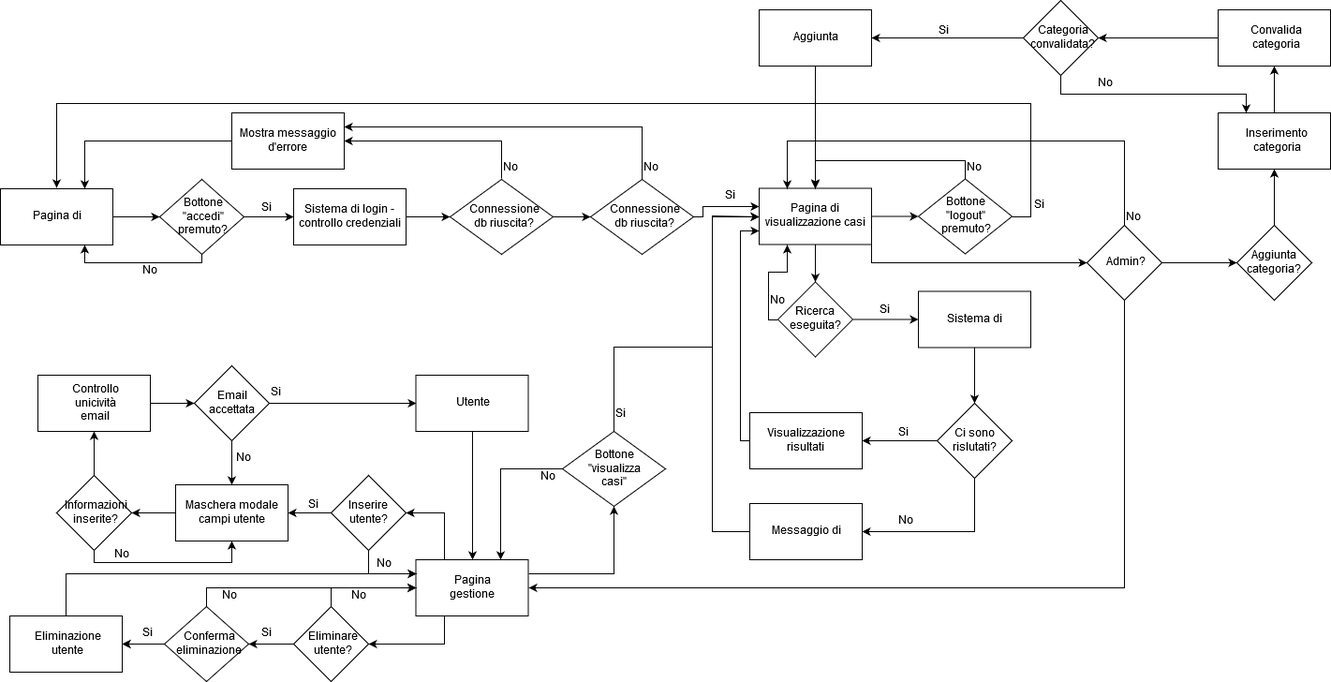
The draw.io diagram Doc/img/diagrams/struttura.png in bryanbeffa/Knowledge-Base, before a commit. Source tidied: cells renumbered, new cells last; positions are measured from the earlier drawing's top-left corner, leaving out a move shared by most shapes.
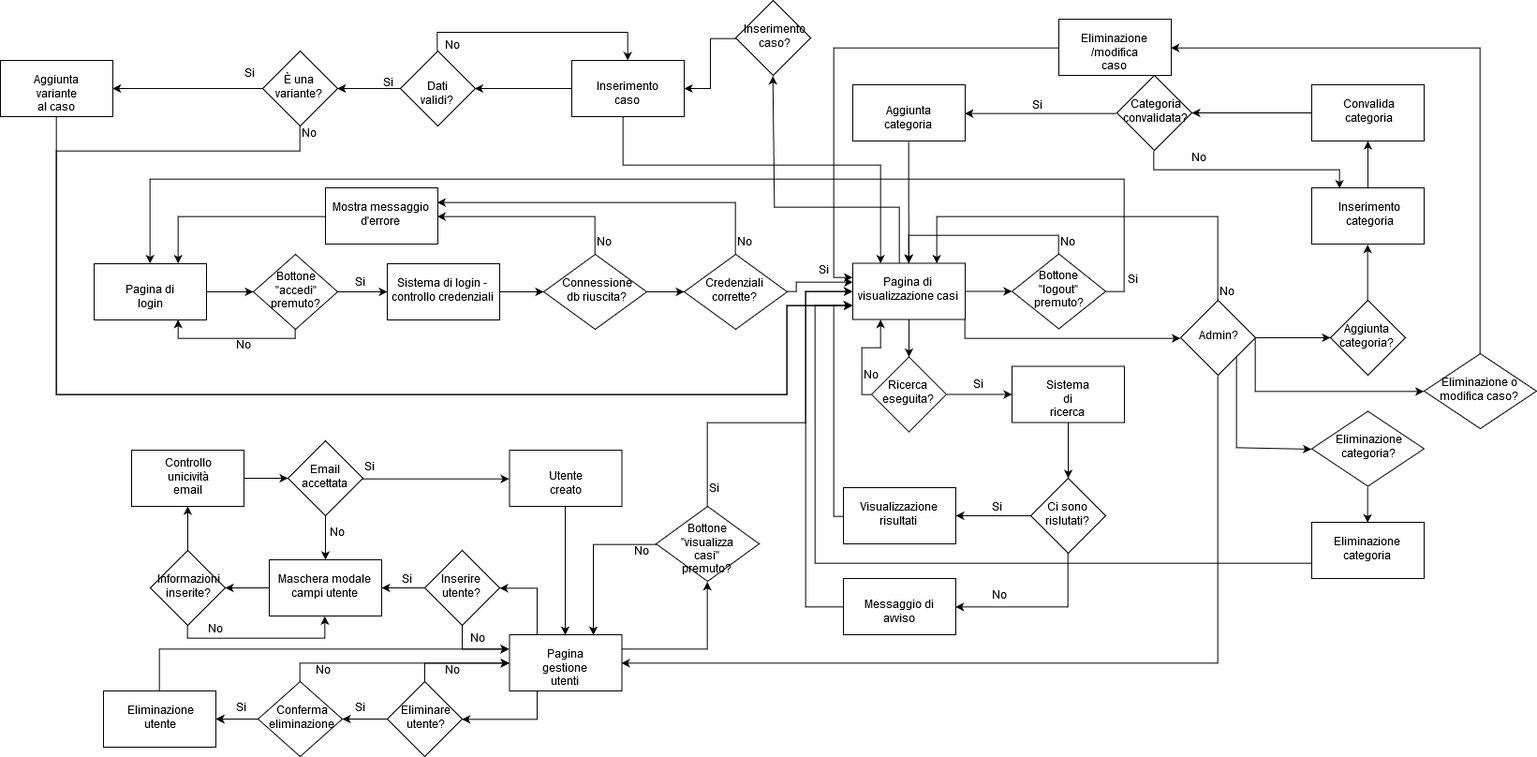
After the change.

Commit message:
updated procedural diagram

Change to the diagram source:
```diff
@@ -38,6 +38,14 @@
         </Array>
       </mxGeometry>
     </mxCell>
+    <mxCell id="107" style="edgeStyle=orthogonalEdgeStyle;rounded=0;jettySize=auto;html=1;entryX=0.5;entryY=1;entryDx=0;entryDy=0;" parent="1" edge="1" source="11" target="119">
+      <mxGeometry relative="1" as="geometry">
+        <Array as="points">
+          <mxPoint x="860" y="140" />
+          <mxPoint x="726" y="140" />
+        </Array>
+      </mxGeometry>
+    </mxCell>
     <mxCell id="11" value="Pagina di visualizzazione casi" style="rounded=0;whiteSpace=wrap;html=1;" parent="1" vertex="1">
       <mxGeometry x="810" y="200.5" width="120" height="60" as="geometry" />
     </mxCell>
@@ -84,7 +92,7 @@
     <mxCell id="21" style="edgeStyle=orthogonalEdgeStyle;rounded=0;jettySize=auto;html=1;" parent="1" edge="1" source="22" target="40">
       <mxGeometry relative="1" as="geometry" />
     </mxCell>
-    <mxCell id="22" value="Sistema di ricerca" style="rounded=0;whiteSpace=wrap;html=1;" parent="1" vertex="1">
+    <mxCell id="22" value="&lt;div&gt;Sistema di &lt;br&gt;&lt;/div&gt;&lt;div&gt;ricerca&lt;br&gt;&lt;/div&gt;" style="rounded=0;whiteSpace=wrap;html=1;" parent="1" vertex="1">
       <mxGeometry x="980" y="310.5" width="120" height="60" as="geometry" />
     </mxCell>
     <mxCell id="23" value="No" style="text;html=1;align=left;verticalAlign=top;spacingTop=-4;" parent="1" vertex="1">
@@ -140,7 +148,7 @@
         </Array>
       </mxGeometry>
     </mxCell>
-    <mxCell id="36" value="&lt;div&gt;Connessione&lt;/div&gt;&lt;div&gt;db riuscita?&lt;br&gt;&lt;/div&gt;" style="rhombus;whiteSpace=wrap;html=1;" parent="1" vertex="1">
+    <mxCell id="36" value="Credenziali corrette?" style="rhombus;whiteSpace=wrap;html=1;" parent="1" vertex="1">
       <mxGeometry x="630" y="191" width="110" height="80" as="geometry" />
     </mxCell>
     <mxCell id="37" value="No" style="text;html=1;align=left;verticalAlign=top;spacingTop=-4;" parent="1" vertex="1">
@@ -187,20 +195,34 @@
     <mxCell id="46" value="Messaggio di avviso" style="rounded=0;whiteSpace=wrap;html=1;" parent="1" vertex="1">
       <mxGeometry x="800" y="537" width="120" height="60" as="geometry" />
     </mxCell>
-    <mxCell id="47" style="edgeStyle=orthogonalEdgeStyle;rounded=0;jettySize=auto;html=1;exitX=0.5;exitY=0;exitDx=0;exitDy=0;entryX=0.25;entryY=0;entryDx=0;entryDy=0;" parent="1" edge="1" source="50" target="11">
-      <mxGeometry relative="1" as="geometry">
-        <Array as="points">
-          <mxPoint x="1200" y="150" />
-          <mxPoint x="840" y="150" />
-        </Array>
-      </mxGeometry>
-    </mxCell>
     <mxCell id="48" style="edgeStyle=orthogonalEdgeStyle;rounded=0;jettySize=auto;html=1;exitX=0.5;exitY=1;exitDx=0;exitDy=0;entryX=1;entryY=0.5;entryDx=0;entryDy=0;" parent="1" edge="1" source="50" target="57">
       <mxGeometry relative="1" as="geometry" />
     </mxCell>
     <mxCell id="49" style="edgeStyle=orthogonalEdgeStyle;rounded=0;jettySize=auto;html=1;" parent="1" edge="1" source="50" target="52">
       <mxGeometry relative="1" as="geometry" />
     </mxCell>
+    <mxCell id="108" style="edgeStyle=orthogonalEdgeStyle;rounded=0;jettySize=auto;html=1;exitX=1;exitY=1;exitDx=0;exitDy=0;entryX=0;entryY=0.5;entryDx=0;entryDy=0;" parent="1" edge="1" source="50" target="113">
+      <mxGeometry relative="1" as="geometry">
+        <Array as="points">
+          <mxPoint x="1220" y="398" />
+        </Array>
+      </mxGeometry>
+    </mxCell>
+    <mxCell id="109" style="edgeStyle=orthogonalEdgeStyle;rounded=0;jettySize=auto;html=1;exitX=1;exitY=0.5;exitDx=0;exitDy=0;entryX=0;entryY=0.5;entryDx=0;entryDy=0;" parent="1" edge="1" source="50" target="115">
+      <mxGeometry relative="1" as="geometry">
+        <Array as="points">
+          <mxPoint x="1240" y="337" />
+        </Array>
+      </mxGeometry>
+    </mxCell>
+    <mxCell id="47" style="edgeStyle=orthogonalEdgeStyle;rounded=0;jettySize=auto;html=1;entryX=0.75;entryY=0;entryDx=0;entryDy=0;" parent="1" edge="1" source="50" target="11">
+      <mxGeometry relative="1" as="geometry">
+        <Array as="points">
+          <mxPoint x="1200" y="150" />
+          <mxPoint x="900" y="150" />
+        </Array>
+      </mxGeometry>
+    </mxCell>
     <mxCell id="50" value="Admin?" style="rhombus;whiteSpace=wrap;html=1;" parent="1" vertex="1">
       <mxGeometry x="1160" y="240" width="80" height="80" as="geometry" />
     </mxCell>
@@ -393,5 +415,104 @@
     <mxCell id="106" value="No" style="text;html=1;align=left;verticalAlign=top;spacingTop=-4;" parent="1" vertex="1">
       <mxGeometry x="1170" y="80" width="30" height="20" as="geometry" />
     </mxCell>
+    <mxCell id="110" style="edgeStyle=orthogonalEdgeStyle;rounded=0;jettySize=auto;html=1;entryX=0;entryY=0.75;entryDx=0;entryDy=0;" parent="1" edge="1" source="111" target="11">
+      <mxGeometry relative="1" as="geometry">
+        <Array as="points">
+          <mxPoint x="770" y="520" />
+          <mxPoint x="770" y="245" />
+        </Array>
+      </mxGeometry>
+    </mxCell>
+    <mxCell id="111" value="Eliminazione categoria" style="rounded=0;whiteSpace=wrap;html=1;" parent="1" vertex="1">
+      <mxGeometry x="1300" y="477" width="120" height="60" as="geometry" />
+    </mxCell>
+    <mxCell id="112" style="edgeStyle=orthogonalEdgeStyle;rounded=0;jettySize=auto;html=1;exitX=0.5;exitY=1;exitDx=0;exitDy=0;entryX=0.5;entryY=0;entryDx=0;entryDy=0;" parent="1" edge="1" source="113" target="111">
+      <mxGeometry relative="1" as="geometry" />
+    </mxCell>
+    <mxCell id="113" value="&lt;div&gt;Eliminazione &lt;br&gt;&lt;/div&gt;&lt;div&gt;categoria?&lt;br&gt;&lt;/div&gt;" style="rhombus;whiteSpace=wrap;html=1;" parent="1" vertex="1">
+      <mxGeometry x="1300" y="358.5" width="120" height="80" as="geometry" />
+    </mxCell>
+    <mxCell id="114" style="edgeStyle=orthogonalEdgeStyle;rounded=0;jettySize=auto;html=1;exitX=0.5;exitY=0;exitDx=0;exitDy=0;entryX=1;entryY=0.5;entryDx=0;entryDy=0;" parent="1" edge="1" source="115" target="117">
+      <mxGeometry relative="1" as="geometry" />
+    </mxCell>
+    <mxCell id="115" value="Eliminazione o modifica caso?" style="rhombus;whiteSpace=wrap;html=1;" parent="1" vertex="1">
+      <mxGeometry x="1420" y="297" width="120" height="80" as="geometry" />
+    </mxCell>
+    <mxCell id="116" style="edgeStyle=orthogonalEdgeStyle;rounded=0;jettySize=auto;html=1;entryX=0;entryY=0.25;entryDx=0;entryDy=0;" parent="1" edge="1" source="117" target="11">
+      <mxGeometry relative="1" as="geometry" />
+    </mxCell>
+    <mxCell id="117" value="&lt;div&gt;Eliminazione&lt;/div&gt;&lt;div&gt;/modifica caso&lt;br&gt;&lt;/div&gt;" style="rounded=0;whiteSpace=wrap;html=1;" parent="1" vertex="1">
+      <mxGeometry x="1030" y="-60" width="120" height="60" as="geometry" />
+    </mxCell>
+    <mxCell id="118" style="edgeStyle=orthogonalEdgeStyle;rounded=0;jettySize=auto;html=1;" parent="1" edge="1" source="119" target="122">
+      <mxGeometry relative="1" as="geometry" />
+    </mxCell>
+    <mxCell id="119" value="&lt;div&gt;Inserimento&lt;/div&gt;&lt;div&gt;caso?&lt;br&gt;&lt;/div&gt;" style="rhombus;whiteSpace=wrap;html=1;" parent="1" vertex="1">
+      <mxGeometry x="685" y="-80" width="80" height="80" as="geometry" />
+    </mxCell>
+    <mxCell id="120" style="edgeStyle=orthogonalEdgeStyle;rounded=0;jettySize=auto;html=1;exitX=0.5;exitY=1;exitDx=0;exitDy=0;entryX=0.25;entryY=0;entryDx=0;entryDy=0;" parent="1" edge="1" source="122" target="11">
+      <mxGeometry relative="1" as="geometry">
+        <Array as="points">
+          <mxPoint x="564" y="95" />
+          <mxPoint x="840" y="95" />
+        </Array>
+      </mxGeometry>
+    </mxCell>
+    <mxCell id="121" style="edgeStyle=orthogonalEdgeStyle;rounded=0;jettySize=auto;html=1;entryX=1;entryY=0.5;entryDx=0;entryDy=0;" parent="1" edge="1" source="122" target="125">
+      <mxGeometry relative="1" as="geometry" />
+    </mxCell>
+    <mxCell id="122" value="Inserimento caso" style="rounded=0;whiteSpace=wrap;html=1;" parent="1" vertex="1">
+      <mxGeometry x="510" y="-16" width="120" height="60" as="geometry" />
+    </mxCell>
+    <mxCell id="123" style="edgeStyle=orthogonalEdgeStyle;rounded=0;jettySize=auto;html=1;exitX=0.5;exitY=0;exitDx=0;exitDy=0;entryX=0.5;entryY=0;entryDx=0;entryDy=0;" parent="1" edge="1" source="125" target="122">
+      <mxGeometry relative="1" as="geometry" />
+    </mxCell>
+    <mxCell id="124" style="edgeStyle=orthogonalEdgeStyle;rounded=0;jettySize=auto;html=1;entryX=1;entryY=0.5;entryDx=0;entryDy=0;" parent="1" edge="1" source="125" target="129">
+      <mxGeometry relative="1" as="geometry" />
+    </mxCell>
+    <mxCell id="125" value="Dati validi?" style="rhombus;whiteSpace=wrap;html=1;" parent="1" vertex="1">
+      <mxGeometry x="327" y="-26" width="80" height="80" as="geometry" />
+    </mxCell>
+    <mxCell id="126" value="No" style="text;html=1;align=left;verticalAlign=top;spacingTop=-4;" parent="1" vertex="1">
+      <mxGeometry x="373" y="-40" width="30" height="20" as="geometry" />
+    </mxCell>
+    <mxCell id="127" style="edgeStyle=orthogonalEdgeStyle;rounded=0;jettySize=auto;html=1;entryX=1;entryY=0.5;entryDx=0;entryDy=0;" parent="1" edge="1" source="129" target="131">
+      <mxGeometry relative="1" as="geometry" />
+    </mxCell>
+    <mxCell id="128" style="edgeStyle=orthogonalEdgeStyle;rounded=0;jettySize=auto;html=1;entryX=0;entryY=0.75;entryDx=0;entryDy=0;" parent="1" edge="1" source="129" target="11">
+      <mxGeometry relative="1" as="geometry">
+        <Array as="points">
+          <mxPoint x="220" y="80" />
+          <mxPoint x="-40" y="80" />
+          <mxPoint x="-40" y="340" />
+          <mxPoint x="740" y="340" />
+          <mxPoint x="740" y="245" />
+        </Array>
+      </mxGeometry>
+    </mxCell>
+    <mxCell id="129" value="È una variante?" style="rhombus;whiteSpace=wrap;html=1;" parent="1" vertex="1">
+      <mxGeometry x="180" y="-26" width="80" height="80" as="geometry" />
+    </mxCell>
+    <mxCell id="130" style="edgeStyle=orthogonalEdgeStyle;rounded=0;jettySize=auto;html=1;entryX=0;entryY=0.75;entryDx=0;entryDy=0;" parent="1" edge="1" source="131" target="11">
+      <mxGeometry relative="1" as="geometry">
+        <Array as="points">
+          <mxPoint x="-40" y="340" />
+          <mxPoint x="740" y="340" />
+          <mxPoint x="740" y="245" />
+        </Array>
+      </mxGeometry>
+    </mxCell>
+    <mxCell id="131" value="&lt;div&gt;Aggiunta variante&lt;/div&gt;&lt;div&gt;al caso&lt;br&gt;&lt;/div&gt;" style="rounded=0;whiteSpace=wrap;html=1;" parent="1" vertex="1">
+      <mxGeometry x="-100" y="-16" width="120" height="60" as="geometry" />
+    </mxCell>
+    <mxCell id="132" value="Si" style="text;html=1;align=left;verticalAlign=top;spacingTop=-4;" parent="1" vertex="1">
+      <mxGeometry x="158.5" y="-10" width="30" height="20" as="geometry" />
+    </mxCell>
+    <mxCell id="133" value="No" style="text;html=1;align=left;verticalAlign=top;spacingTop=-4;" parent="1" vertex="1">
+      <mxGeometry x="220" y="54" width="30" height="20" as="geometry" />
+    </mxCell>
+    <mxCell id="134" value="Si" style="text;html=1;align=left;verticalAlign=top;spacingTop=-4;" parent="1" vertex="1">
+      <mxGeometry x="307" width="30" height="20" as="geometry" />
+    </mxCell>
   </root>
 </mxGraphModel>
```
